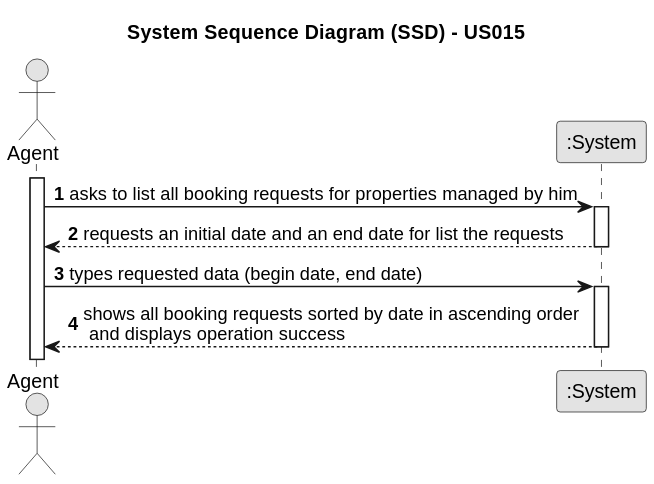
Before: docs/sprintD/US015/01.requirements-engineering/svg/us015-system-sequence-diagram.svg, a diagram exported from PlantUML (PureNimble/ISEP-LAPR2).
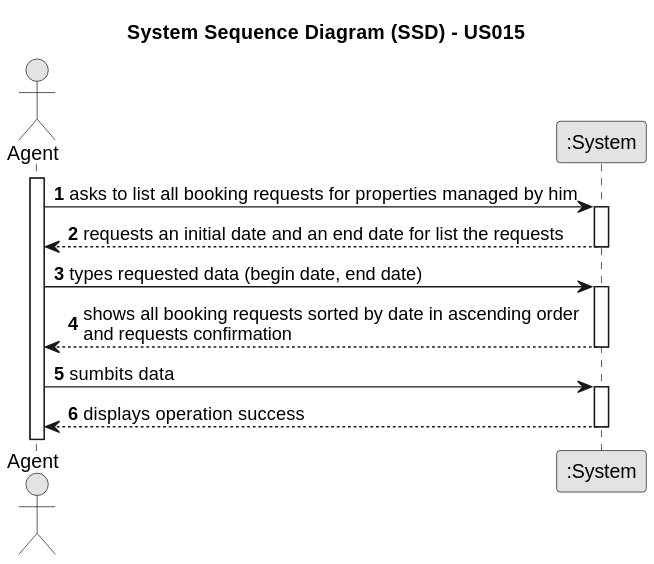
Later version of the same file.

What changed in the source:
```diff
@@ -21,6 +21,12 @@
     Agent -> System : types requested data (begin date, end date)
     activate System
 
-        System --> Agent : shows all booking requests sorted by date in ascending order\n and displays operation success
+        System --> Agent : shows all booking requests sorted by date in ascending order \nand requests confirmation
+    deactivate System
+
+        Agent -> System : sumbits data
+    activate System
+
+        System --> Agent : displays operation success
     deactivate System
 @enduml
```
